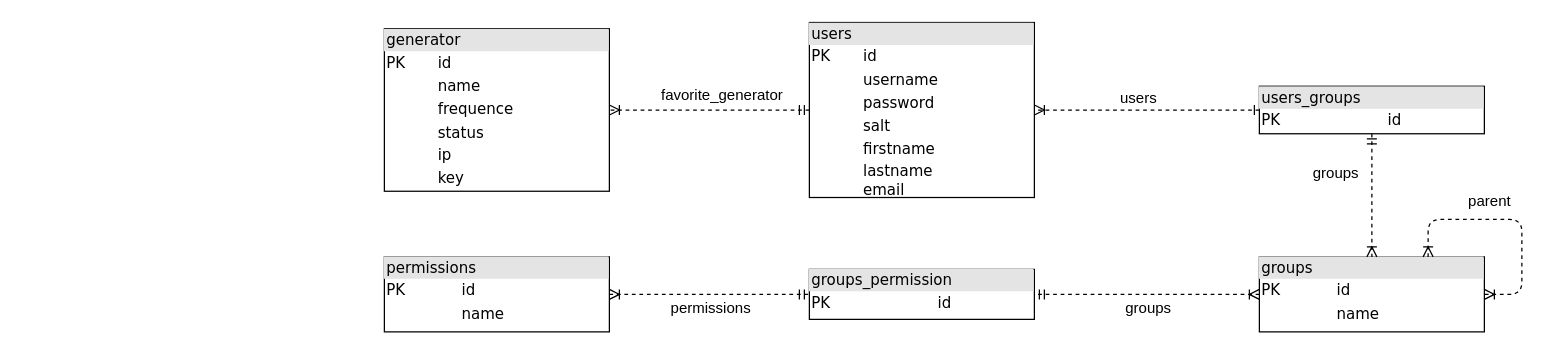
Above: design/db_base.drawio in giuliobosco/freqline (draw.io), before the change. Source tidied: cells renumbered, new cells numbered last; positions are measured from the earlier drawing's top-left corner, leaving out a move shared by most shapes. Both pictures are drawn from the tidied source at 125%, with x=0, y=0 at pixel (384, 21).
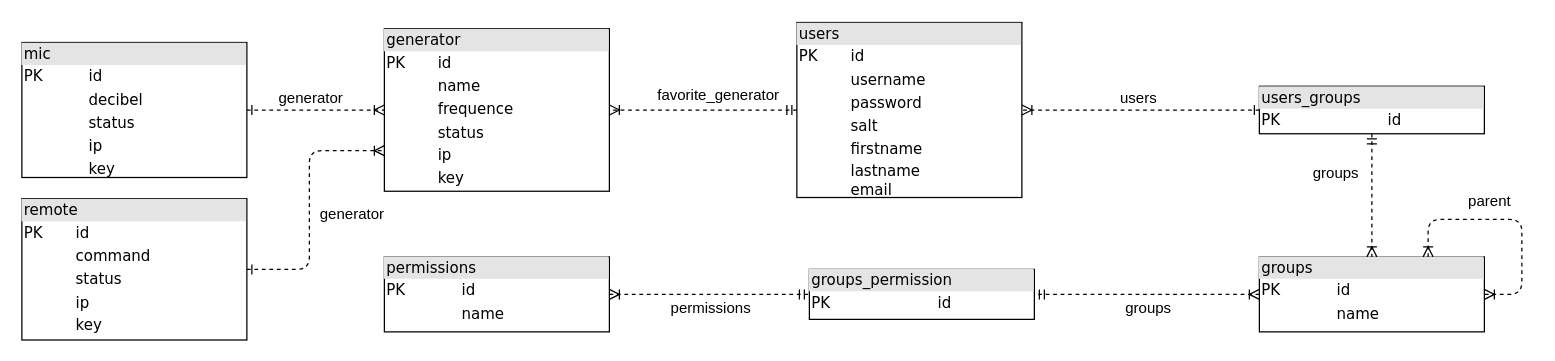
The same page after the edit.

Commit message (it also covers changes not shown here):
fix design/db_base

The change refers to these unchanged cells:
```xml
<mxCell id="5" value="&lt;div style=&quot;box-sizing: border-box ; width: 100% ; background: #e4e4e4 ; padding: 2px&quot;&gt;users_groups&lt;/div&gt;&lt;table style=&quot;width: 100% ; font-size: 1em&quot; cellpadding=&quot;2&quot; cellspacing=&quot;0&quot;&gt;&lt;tbody&gt;&lt;tr&gt;&lt;td&gt;PK&lt;/td&gt;&lt;td&gt;id&lt;/td&gt;&lt;/tr&gt;&lt;/tbody&gt;&lt;/table&gt;" style="verticalAlign=top;align=left;overflow=fill;html=1;rounded=0;shadow=0;comic=0;labelBackgroundColor=none;strokeColor=#000000;strokeWidth=1;fillColor=#ffffff;fontFamily=Verdana;fontSize=12;fontColor=#000000;" parent="1" vertex="1">
  <mxGeometry x="700" y="51.5" width="180" height="38" as="geometry" />
</mxCell>
<mxCell id="17" value="&lt;div style=&quot;box-sizing: border-box ; width: 100% ; background: #e4e4e4 ; padding: 2px&quot;&gt;generator&lt;/div&gt;&lt;table style=&quot;width: 100% ; font-size: 1em&quot; cellpadding=&quot;2&quot; cellspacing=&quot;0&quot;&gt;&lt;tbody&gt;&lt;tr&gt;&lt;td&gt;PK&lt;/td&gt;&lt;td&gt;id&lt;/td&gt;&lt;/tr&gt;&lt;tr&gt;&lt;td&gt;&lt;br&gt;&lt;/td&gt;&lt;td&gt;name&lt;br&gt;&lt;/td&gt;&lt;/tr&gt;&lt;tr&gt;&lt;td&gt;&lt;/td&gt;&lt;td&gt;frequence&lt;br&gt;&lt;/td&gt;&lt;/tr&gt;&lt;tr&gt;&lt;td&gt;&lt;br&gt;&lt;/td&gt;&lt;td&gt;status&lt;br&gt;&lt;/td&gt;&lt;/tr&gt;&lt;tr&gt;&lt;td&gt;&lt;br&gt;&lt;/td&gt;&lt;td&gt;ip&lt;br&gt;&lt;/td&gt;&lt;/tr&gt;&lt;tr&gt;&lt;td&gt;&lt;br&gt;&lt;/td&gt;&lt;td&gt;key&lt;/td&gt;&lt;/tr&gt;&lt;/tbody&gt;&lt;/table&gt;" style="verticalAlign=top;align=left;overflow=fill;html=1;rounded=0;shadow=0;comic=0;labelBackgroundColor=none;strokeColor=#000000;strokeWidth=1;fillColor=#ffffff;fontFamily=Verdana;fontSize=12;fontColor=#000000;" parent="1" vertex="1">
  <mxGeometry y="5.5" width="180" height="130" as="geometry" />
</mxCell>
```

What changed in the source:
```diff
@@
     <mxCell id="2" value="&lt;div style=&quot;box-sizing: border-box ; width: 100% ; background: #e4e4e4 ; padding: 2px&quot;&gt;users&lt;/div&gt;&lt;table style=&quot;width: 100% ; font-size: 1em&quot; cellpadding=&quot;2&quot; cellspacing=&quot;0&quot;&gt;&lt;tbody&gt;&lt;tr&gt;&lt;td&gt;PK&lt;/td&gt;&lt;td&gt;id&lt;/td&gt;&lt;/tr&gt;&lt;tr&gt;&lt;td&gt;&lt;br&gt;&lt;/td&gt;&lt;td&gt;username&lt;br&gt;&lt;/td&gt;&lt;/tr&gt;&lt;tr&gt;&lt;td&gt;&lt;/td&gt;&lt;td&gt;password&lt;br&gt;&lt;/td&gt;&lt;/tr&gt;&lt;tr&gt;&lt;td&gt;&lt;br&gt;&lt;/td&gt;&lt;td&gt;salt&lt;br&gt;&lt;/td&gt;&lt;/tr&gt;&lt;tr&gt;&lt;td&gt;&lt;br&gt;&lt;/td&gt;&lt;td&gt;firstname&lt;br&gt;&lt;/td&gt;&lt;/tr&gt;&lt;tr&gt;&lt;td&gt;&lt;br&gt;&lt;/td&gt;&lt;td&gt;lastname&lt;br&gt;email&lt;/td&gt;&lt;/tr&gt;&lt;tr&gt;&lt;td&gt;&lt;br&gt;&lt;/td&gt;&lt;td&gt;&lt;br&gt;&lt;/td&gt;&lt;/tr&gt;&lt;/tbody&gt;&lt;/table&gt;" style="verticalAlign=top;align=left;overflow=fill;html=1;rounded=0;shadow=0;comic=0;labelBackgroundColor=none;strokeColor=#000000;strokeWidth=1;fillColor=#ffffff;fontFamily=Verdana;fontSize=12;fontColor=#000000;" parent="1" vertex="1">
-      <mxGeometry x="340" y="0.5" width="180" height="140" as="geometry" />
+      <mxGeometry x="330" y="0.5" width="180" height="140" as="geometry" />
     </mxCell>
@@
     <mxCell id="14" style="edgeStyle=orthogonalEdgeStyle;html=1;dashed=1;labelBackgroundColor=none;startArrow=ERone;endArrow=ERoneToMany;fontFamily=Verdana;fontSize=12;align=left;startFill=0;entryX=1;entryY=0.5;entryDx=0;entryDy=0;exitX=0;exitY=0.5;exitDx=0;exitDy=0;" parent="1" edge="1" source="5" target="2">
-      <mxGeometry relative="1" as="geometry">
-        <Array as="points">
-          <mxPoint x="570" y="71" />
-          <mxPoint x="570" y="71" />
-        </Array>
-      </mxGeometry>
+      <mxGeometry relative="1" as="geometry" />
     </mxCell>
-    <mxCell id="15" style="edgeStyle=orthogonalEdgeStyle;html=1;dashed=1;labelBackgroundColor=none;startArrow=ERmandOne;endArrow=ERoneToMany;fontFamily=Verdana;fontSize=12;align=left;exitX=0;exitY=0.5;exitDx=0;exitDy=0;entryX=1;entryY=0.5;entryDx=0;entryDy=0;startFill=0;" parent="1" edge="1" source="2" target="17">
-      <mxGeometry relative="1" as="geometry">
-        <Array as="points">
-          <mxPoint x="290" y="71" />
-          <mxPoint x="290" y="71" />
-        </Array>
-      </mxGeometry>
+    <mxCell id="15" style="edgeStyle=orthogonalEdgeStyle;html=1;dashed=1;labelBackgroundColor=none;startArrow=ERmandOne;endArrow=ERoneToMany;fontFamily=Verdana;fontSize=12;align=left;entryX=1;entryY=0.5;entryDx=0;entryDy=0;startFill=0;exitX=0;exitY=0.5;exitDx=0;exitDy=0;" parent="1" edge="1" source="2" target="17">
+      <mxGeometry relative="1" as="geometry" />
     </mxCell>
@@
+    <mxCell id="20" value="&lt;div style=&quot;box-sizing: border-box ; width: 100% ; background: #e4e4e4 ; padding: 2px&quot;&gt;mic&lt;/div&gt;&lt;table style=&quot;width: 100% ; font-size: 1em&quot; cellpadding=&quot;2&quot; cellspacing=&quot;0&quot;&gt;&lt;tbody&gt;&lt;tr&gt;&lt;td&gt;PK&lt;/td&gt;&lt;td&gt;id&lt;/td&gt;&lt;/tr&gt;&lt;tr&gt;&lt;td&gt;&lt;/td&gt;&lt;td&gt;decibel&lt;br&gt;&lt;/td&gt;&lt;/tr&gt;&lt;tr&gt;&lt;td&gt;&lt;br&gt;&lt;/td&gt;&lt;td&gt;status&lt;br&gt;&lt;/td&gt;&lt;/tr&gt;&lt;tr&gt;&lt;td&gt;&lt;br&gt;&lt;/td&gt;&lt;td&gt;ip&lt;br&gt;&lt;/td&gt;&lt;/tr&gt;&lt;tr&gt;&lt;td&gt;&lt;br&gt;&lt;/td&gt;&lt;td&gt;key&lt;/td&gt;&lt;/tr&gt;&lt;/tbody&gt;&lt;/table&gt;" style="verticalAlign=top;align=left;overflow=fill;html=1;rounded=0;shadow=0;comic=0;labelBackgroundColor=none;strokeColor=#000000;strokeWidth=1;fillColor=#ffffff;fontFamily=Verdana;fontSize=12;fontColor=#000000;" parent="1" vertex="1">
+      <mxGeometry x="-290" y="16.5" width="180" height="108" as="geometry" />
+    </mxCell>
+    <mxCell id="21" value="&lt;div style=&quot;box-sizing: border-box ; width: 100% ; background: #e4e4e4 ; padding: 2px&quot;&gt;remote&lt;/div&gt;&lt;table style=&quot;width: 100% ; font-size: 1em&quot; cellpadding=&quot;2&quot; cellspacing=&quot;0&quot;&gt;&lt;tbody&gt;&lt;tr&gt;&lt;td&gt;PK&lt;/td&gt;&lt;td&gt;id&lt;/td&gt;&lt;/tr&gt;&lt;tr&gt;&lt;td&gt;&lt;/td&gt;&lt;td&gt;command&lt;br&gt;&lt;/td&gt;&lt;/tr&gt;&lt;tr&gt;&lt;td&gt;&lt;br&gt;&lt;/td&gt;&lt;td&gt;status&lt;br&gt;&lt;/td&gt;&lt;/tr&gt;&lt;tr&gt;&lt;td&gt;&lt;br&gt;&lt;/td&gt;&lt;td&gt;ip&lt;br&gt;&lt;/td&gt;&lt;/tr&gt;&lt;tr&gt;&lt;td&gt;&lt;br&gt;&lt;/td&gt;&lt;td&gt;key&lt;/td&gt;&lt;/tr&gt;&lt;/tbody&gt;&lt;/table&gt;" style="verticalAlign=top;align=left;overflow=fill;html=1;rounded=0;shadow=0;comic=0;labelBackgroundColor=none;strokeColor=#000000;strokeWidth=1;fillColor=#ffffff;fontFamily=Verdana;fontSize=12;fontColor=#000000;" parent="1" vertex="1">
+      <mxGeometry x="-290" y="141.5" width="180" height="113" as="geometry" />
+    </mxCell>
+    <mxCell id="22" style="edgeStyle=orthogonalEdgeStyle;html=1;dashed=1;labelBackgroundColor=none;startArrow=ERone;endArrow=ERoneToMany;fontFamily=Verdana;fontSize=12;align=left;startFill=0;entryX=0;entryY=0.5;entryDx=0;entryDy=0;exitX=1;exitY=0.5;exitDx=0;exitDy=0;" parent="1" edge="1" source="20" target="17">
+      <mxGeometry relative="1" as="geometry" />
+    </mxCell>
+    <mxCell id="23" value="generator" style="text;html=1;align=center;verticalAlign=middle;labelBackgroundColor=#ffffff;" parent="22" vertex="1">
+      <mxGeometry x="-0.51" relative="1" as="geometry">
+        <mxPoint x="23" y="-10" as="offset" />
+      </mxGeometry>
+    </mxCell>
+    <mxCell id="24" style="edgeStyle=orthogonalEdgeStyle;html=1;dashed=1;labelBackgroundColor=none;startArrow=ERone;endArrow=ERoneToMany;fontFamily=Verdana;fontSize=12;align=left;startFill=0;entryX=0;entryY=0.75;entryDx=0;entryDy=0;exitX=1;exitY=0.5;exitDx=0;exitDy=0;" parent="1" edge="1" source="21" target="17">
+      <mxGeometry relative="1" as="geometry">
+        <Array as="points">
+          <mxPoint x="-60" y="198.5" />
+          <mxPoint x="-60" y="103.5" />
+        </Array>
+      </mxGeometry>
+    </mxCell>
+    <mxCell id="25" value="generator" style="text;html=1;align=center;verticalAlign=middle;labelBackgroundColor=#ffffff;" parent="1" vertex="1">
+      <mxGeometry x="-50" y="163.5" as="geometry">
+        <mxPoint x="23" y="-10" as="offset" />
+      </mxGeometry>
+    </mxCell>
```
